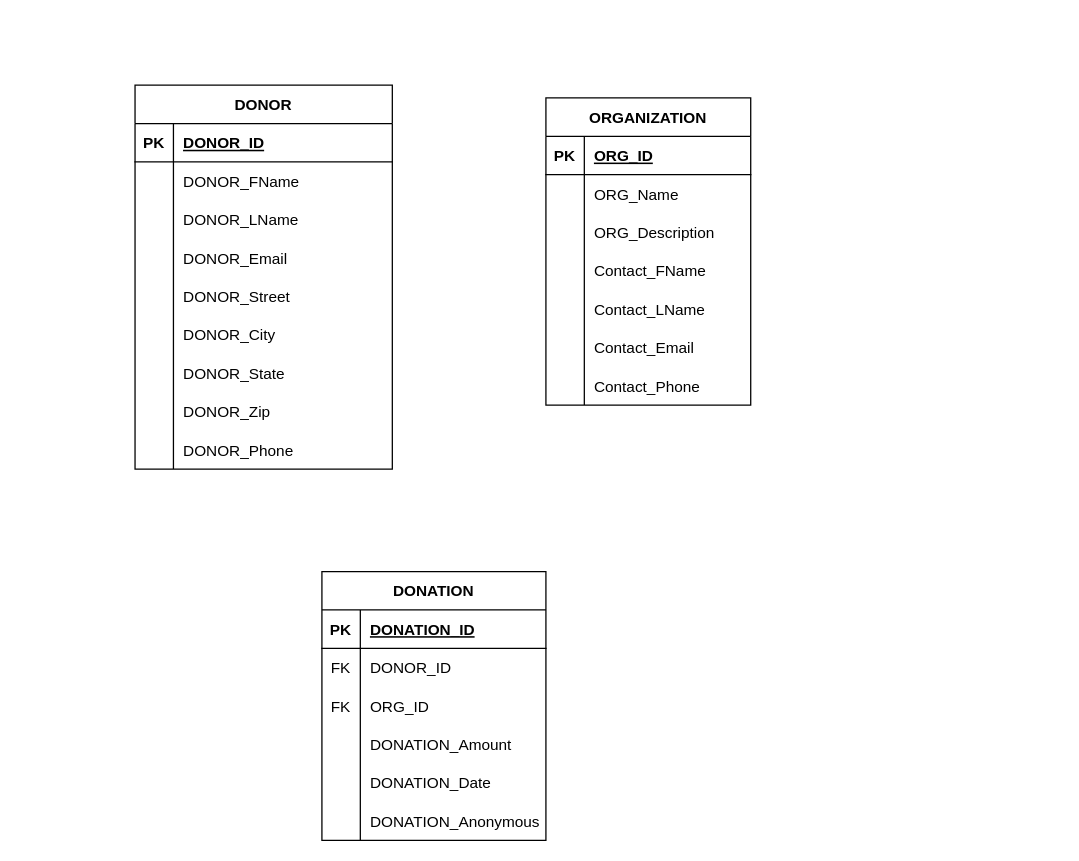
Marcanicus/Intro-to-Databases keeps this draw.io diagram as Quiz 1.drawio. Above is the earlier version. Source tidied: cells renumbered, new cells numbered last; positions are measured from the earlier drawing's top-left corner, leaving out a move shared by most shapes. Both pictures are drawn from the tidied source at 128%, with x=0, y=0 at pixel (134, 84).
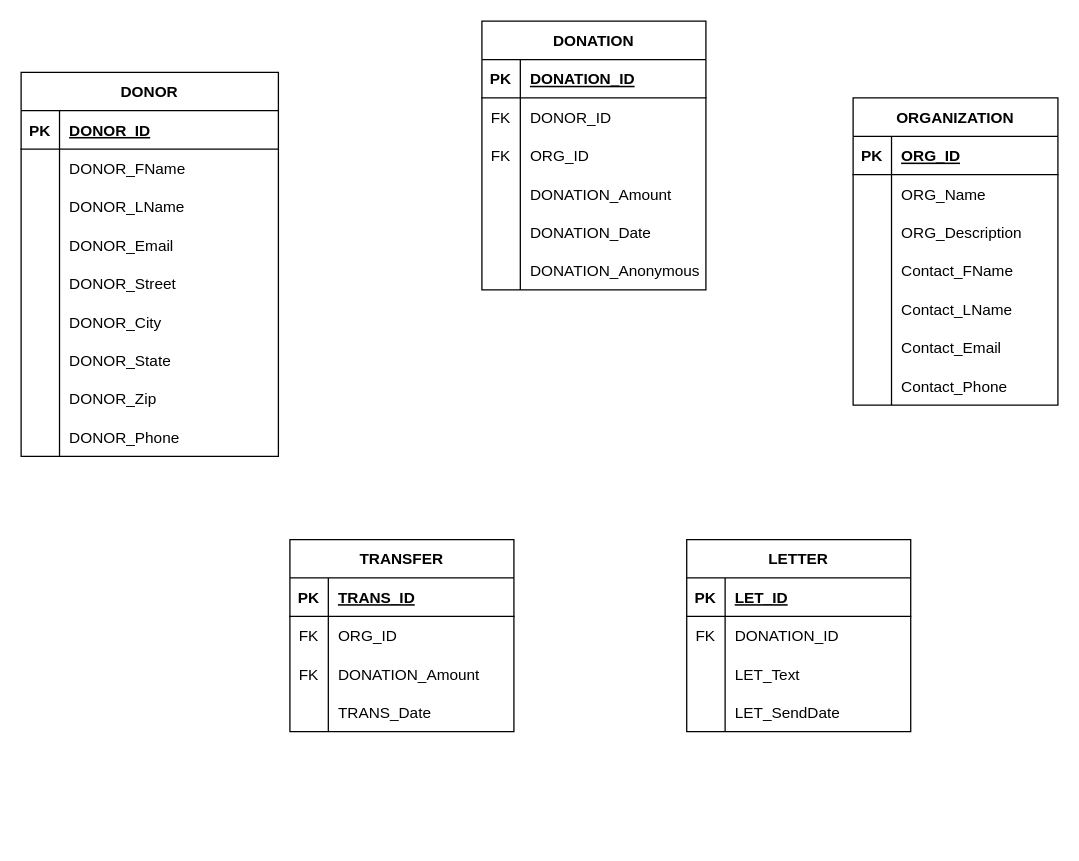
After the change.

What changed in the source:
```diff
@@
     <mxCell id="2" value="DONOR" style="shape=table;startSize=30;childLayout=tableLayout;rowLines=0;fontStyle=1;align=center;" parent="1" vertex="1">
-      <mxGeometry width="201" height="300" as="geometry" />
+      <mxGeometry x="-89" y="-10" width="201" height="300" as="geometry" />
     </mxCell>
@@
     <mxCell id="30" value="ORGANIZATION" style="shape=table;startSize=30;childLayout=tableLayout;rowLines=0;fontStyle=1;align=center;" parent="1" vertex="1">
-      <mxGeometry x="321" y="10" width="160" height="240" as="geometry" />
+      <mxGeometry x="561" y="10" width="160" height="240" as="geometry" />
     </mxCell>
@@
     <mxCell id="52" value="DONATION" style="shape=table;startSize=30;childLayout=tableLayout;rowLines=0;fontStyle=1;align=center;" parent="1" vertex="1">
-      <mxGeometry x="146" y="380" width="175" height="210" as="geometry" />
+      <mxGeometry x="271" y="-50" width="175" height="210" as="geometry" />
     </mxCell>
@@
+    <mxCell id="71" value="TRANSFER" style="shape=table;startSize=30;childLayout=tableLayout;rowLines=0;fontStyle=1;align=center;" parent="1" vertex="1">
+      <mxGeometry x="121" y="355" width="175" height="150" as="geometry" />
+    </mxCell>
+    <mxCell id="72" style="shape=partialRectangle;fillColor=none;top=0;left=0;right=0;bottom=1;" parent="71" vertex="1">
+      <mxGeometry y="30" width="175" height="30" as="geometry" />
+    </mxCell>
+    <mxCell id="73" value="PK" style="shape=partialRectangle;overflow=hidden;fillColor=none;top=0;left=0;bottom=0;right=0;fontStyle=1;" parent="72" vertex="1">
+      <mxGeometry width="30" height="30" as="geometry" />
+    </mxCell>
+    <mxCell id="74" value="TRANS_ID" style="shape=partialRectangle;overflow=hidden;fillColor=none;top=0;left=0;bottom=0;right=0;align=left;spacingLeft=6;fontStyle=5;" parent="72" vertex="1">
+      <mxGeometry x="30" width="145" height="30" as="geometry" />
+    </mxCell>
+    <mxCell id="75" style="shape=partialRectangle;fillColor=none;top=0;left=0;right=0;bottom=0;" parent="71" vertex="1">
+      <mxGeometry y="60" width="175" height="30" as="geometry" />
+    </mxCell>
+    <mxCell id="76" value="FK" style="shape=partialRectangle;overflow=hidden;fillColor=none;top=0;left=0;bottom=0;right=0;" parent="75" vertex="1">
+      <mxGeometry width="30" height="30" as="geometry" />
+    </mxCell>
+    <mxCell id="77" value="ORG_ID" style="shape=partialRectangle;overflow=hidden;fillColor=none;top=0;left=0;bottom=0;right=0;align=left;spacingLeft=6;" parent="75" vertex="1">
+      <mxGeometry x="30" width="145" height="30" as="geometry" />
+    </mxCell>
+    <mxCell id="78" style="shape=partialRectangle;fillColor=none;top=0;left=0;right=0;bottom=0;" parent="71" vertex="1">
+      <mxGeometry y="90" width="175" height="30" as="geometry" />
+    </mxCell>
+    <mxCell id="79" value="FK" style="shape=partialRectangle;overflow=hidden;fillColor=none;top=0;left=0;bottom=0;right=0;" parent="78" vertex="1">
+      <mxGeometry width="30" height="30" as="geometry" />
+    </mxCell>
+    <mxCell id="80" value="DONATION_Amount" style="shape=partialRectangle;overflow=hidden;fillColor=none;top=0;left=0;bottom=0;right=0;align=left;spacingLeft=6;" parent="78" vertex="1">
+      <mxGeometry x="30" width="145" height="30" as="geometry" />
+    </mxCell>
+    <mxCell id="81" style="shape=partialRectangle;fillColor=none;top=0;left=0;right=0;bottom=0;" parent="71" vertex="1">
+      <mxGeometry y="120" width="175" height="30" as="geometry" />
+    </mxCell>
+    <mxCell id="82" style="shape=partialRectangle;overflow=hidden;fillColor=none;top=0;left=0;bottom=0;right=0;" parent="81" vertex="1">
+      <mxGeometry width="30" height="30" as="geometry" />
+    </mxCell>
+    <mxCell id="83" value="TRANS_Date" style="shape=partialRectangle;overflow=hidden;fillColor=none;top=0;left=0;bottom=0;right=0;align=left;spacingLeft=6;" parent="81" vertex="1">
+      <mxGeometry x="30" width="145" height="30" as="geometry" />
+    </mxCell>
+    <mxCell id="84" value="LETTER" style="shape=table;startSize=30;childLayout=tableLayout;rowLines=0;fontStyle=1;align=center;" parent="1" vertex="1">
+      <mxGeometry x="431" y="355" width="175" height="150" as="geometry" />
+    </mxCell>
+    <mxCell id="85" style="shape=partialRectangle;fillColor=none;top=0;left=0;right=0;bottom=1;" parent="84" vertex="1">
+      <mxGeometry y="30" width="175" height="30" as="geometry" />
+    </mxCell>
+    <mxCell id="86" value="PK" style="shape=partialRectangle;overflow=hidden;fillColor=none;top=0;left=0;bottom=0;right=0;fontStyle=1;" parent="85" vertex="1">
+      <mxGeometry width="30" height="30" as="geometry" />
+    </mxCell>
+    <mxCell id="87" value="LET_ID" style="shape=partialRectangle;overflow=hidden;fillColor=none;top=0;left=0;bottom=0;right=0;align=left;spacingLeft=6;fontStyle=5;" parent="85" vertex="1">
+      <mxGeometry x="30" width="145" height="30" as="geometry" />
+    </mxCell>
+    <mxCell id="88" style="shape=partialRectangle;fillColor=none;top=0;left=0;right=0;bottom=0;" parent="84" vertex="1">
+      <mxGeometry y="60" width="175" height="30" as="geometry" />
+    </mxCell>
+    <mxCell id="89" value="FK" style="shape=partialRectangle;overflow=hidden;fillColor=none;top=0;left=0;bottom=0;right=0;" parent="88" vertex="1">
+      <mxGeometry width="30" height="30" as="geometry" />
+    </mxCell>
+    <mxCell id="90" value="DONATION_ID" style="shape=partialRectangle;overflow=hidden;fillColor=none;top=0;left=0;bottom=0;right=0;align=left;spacingLeft=6;" parent="88" vertex="1">
+      <mxGeometry x="30" width="145" height="30" as="geometry" />
+    </mxCell>
+    <mxCell id="91" style="shape=partialRectangle;fillColor=none;top=0;left=0;right=0;bottom=0;" parent="84" vertex="1">
+      <mxGeometry y="90" width="175" height="30" as="geometry" />
+    </mxCell>
+    <mxCell id="92" style="shape=partialRectangle;overflow=hidden;fillColor=none;top=0;left=0;bottom=0;right=0;" parent="91" vertex="1">
+      <mxGeometry width="30" height="30" as="geometry" />
+    </mxCell>
+    <mxCell id="93" value="LET_Text" style="shape=partialRectangle;overflow=hidden;fillColor=none;top=0;left=0;bottom=0;right=0;align=left;spacingLeft=6;" parent="91" vertex="1">
+      <mxGeometry x="30" width="145" height="30" as="geometry" />
+    </mxCell>
+    <mxCell id="94" style="shape=partialRectangle;fillColor=none;top=0;left=0;right=0;bottom=0;" parent="84" vertex="1">
+      <mxGeometry y="120" width="175" height="30" as="geometry" />
+    </mxCell>
+    <mxCell id="95" style="shape=partialRectangle;overflow=hidden;fillColor=none;top=0;left=0;bottom=0;right=0;" parent="94" vertex="1">
+      <mxGeometry width="30" height="30" as="geometry" />
+    </mxCell>
+    <mxCell id="96" value="LET_SendDate" style="shape=partialRectangle;overflow=hidden;fillColor=none;top=0;left=0;bottom=0;right=0;align=left;spacingLeft=6;" parent="94" vertex="1">
+      <mxGeometry x="30" width="145" height="30" as="geometry" />
+    </mxCell>
```
